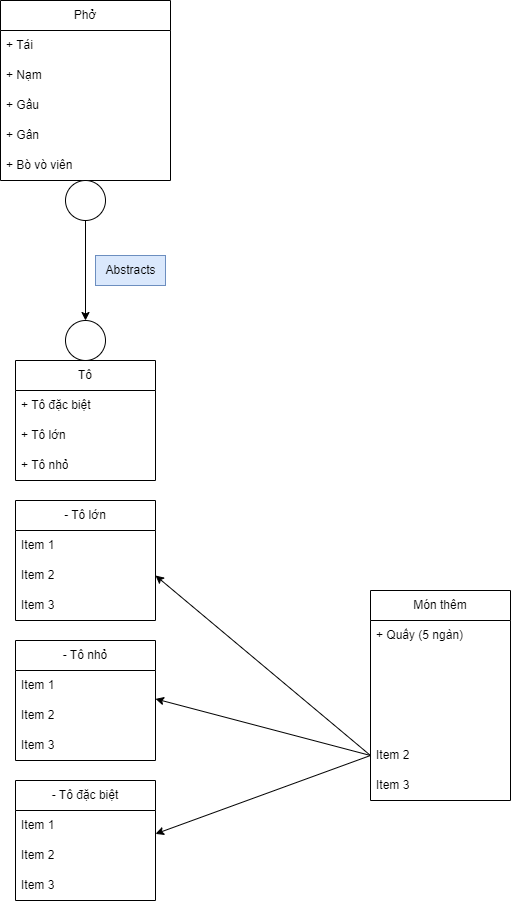
Earlier version of the draw.io export Untitled Diagram.drawio.png (ITsgu/Drawio). Source tidied: cells renumbered, new cells last; positions are measured from the earlier drawing's top-left corner, leaving out a move shared by most shapes.
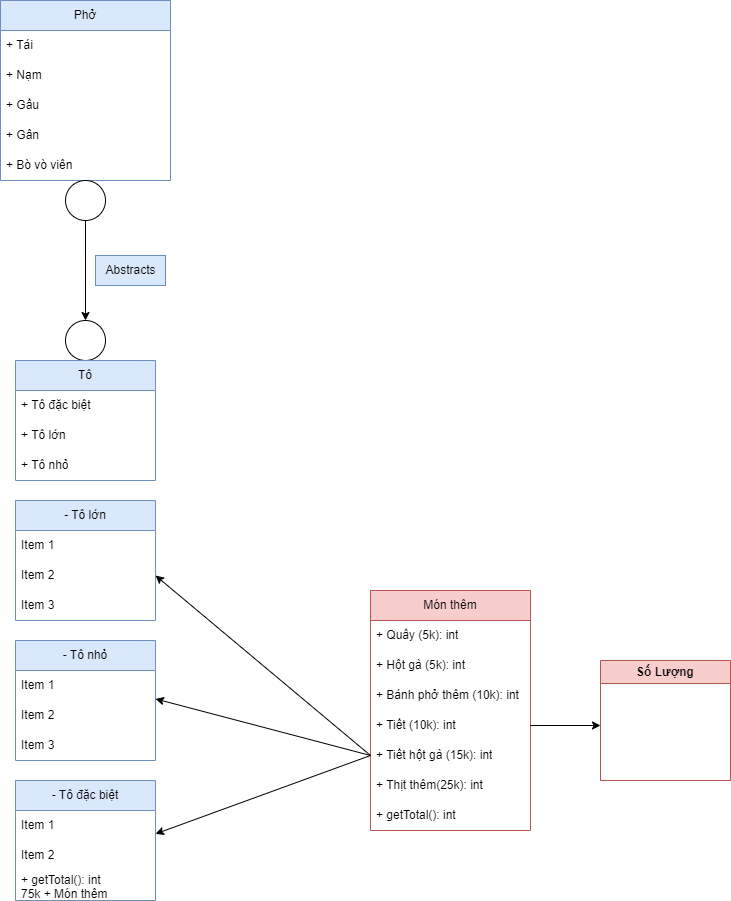
After the change.

The edit, as a diff of the source:
```diff
@@ -2,7 +2,7 @@
   <root>
     <mxCell id="0" />
     <mxCell id="1" parent="0" />
-    <mxCell id="2" value="Phở" style="swimlane;fontStyle=0;horizontal=1;startSize=30;whiteSpace=wrap;html=1;" parent="1" vertex="1">
+    <mxCell id="2" value="Phở" style="swimlane;fontStyle=0;horizontal=1;startSize=30;whiteSpace=wrap;html=1;fillColor=#dae8fc;strokeColor=#6c8ebf;" parent="1" vertex="1">
       <mxGeometry width="170" height="180" as="geometry" />
     </mxCell>
     <mxCell id="3" value="+ Tái&lt;span style=&quot;white-space: pre;&quot;&gt; &lt;/span&gt;" style="text;strokeColor=none;fillColor=none;align=left;verticalAlign=middle;spacingLeft=4;spacingRight=4;overflow=hidden;whiteSpace=wrap;html=1;" parent="2" vertex="1">
@@ -29,7 +29,7 @@
     <mxCell id="10" style="ellipse;whiteSpace=wrap;html=1;" parent="1" vertex="1">
       <mxGeometry x="65" y="320" width="40" height="40" as="geometry" />
     </mxCell>
-    <mxCell id="11" value="Tô" style="swimlane;fontStyle=0;horizontal=1;startSize=30;whiteSpace=wrap;html=1;" parent="1" vertex="1">
+    <mxCell id="11" value="Tô" style="swimlane;fontStyle=0;horizontal=1;startSize=30;whiteSpace=wrap;html=1;fillColor=#dae8fc;strokeColor=#6c8ebf;" parent="1" vertex="1">
       <mxGeometry x="15" y="360" width="140" height="120" as="geometry" />
     </mxCell>
     <mxCell id="12" value="+ Tô đặc biệt" style="text;strokeColor=none;fillColor=none;align=left;verticalAlign=middle;spacingLeft=4;spacingRight=4;overflow=hidden;whiteSpace=wrap;html=1;" parent="11" vertex="1">
@@ -44,28 +44,31 @@
     <mxCell id="15" value="Abstracts" style="text;html=1;align=center;verticalAlign=middle;strokeColor=#6c8ebf;fillColor=#dae8fc;" parent="1" vertex="1">
       <mxGeometry x="95" y="255" width="70" height="30" as="geometry" />
     </mxCell>
-    <mxCell id="16" value="Món thêm" style="swimlane;fontStyle=0;horizontal=1;startSize=30;whiteSpace=wrap;html=1;" parent="1" vertex="1">
-      <mxGeometry x="370" y="590" width="140" height="210" as="geometry" />
+    <mxCell id="16" value="Món thêm" style="swimlane;fontStyle=0;horizontal=1;startSize=30;whiteSpace=wrap;html=1;fillColor=#f8cecc;strokeColor=#b85450;" parent="1" vertex="1">
+      <mxGeometry x="370" y="590" width="160" height="240" as="geometry" />
     </mxCell>
-    <mxCell id="17" value="+ Quẩy (5 ngàn)" style="text;strokeColor=none;fillColor=none;align=left;verticalAlign=middle;spacingLeft=4;spacingRight=4;overflow=hidden;whiteSpace=wrap;html=1;" parent="16" vertex="1">
-      <mxGeometry y="30" width="140" height="30" as="geometry" />
+    <mxCell id="17" value="+ Quẩy (5k): int" style="text;strokeColor=none;fillColor=none;align=left;verticalAlign=middle;spacingLeft=4;spacingRight=4;overflow=hidden;whiteSpace=wrap;html=1;" parent="16" vertex="1">
+      <mxGeometry y="30" width="160" height="30" as="geometry" />
     </mxCell>
-    <mxCell id="18" style="text;strokeColor=none;fillColor=none;align=left;verticalAlign=middle;spacingLeft=4;spacingRight=4;overflow=hidden;whiteSpace=wrap;html=1;" parent="16" vertex="1">
-      <mxGeometry y="60" width="140" height="30" as="geometry" />
+    <mxCell id="18" value="+ Hột gà (5k): int" style="text;strokeColor=none;fillColor=none;align=left;verticalAlign=middle;spacingLeft=4;spacingRight=4;overflow=hidden;whiteSpace=wrap;html=1;" parent="16" vertex="1">
+      <mxGeometry y="60" width="160" height="30" as="geometry" />
     </mxCell>
+    <mxCell id="38" value="+ Bánh phở thêm (10k): int" style="text;strokeColor=none;fillColor=none;align=left;verticalAlign=middle;spacingLeft=4;spacingRight=4;overflow=hidden;whiteSpace=wrap;html=1;" parent="16" vertex="1">
+      <mxGeometry y="90" width="160" height="30" as="geometry" />
+    </mxCell>
-    <mxCell id="19" style="text;strokeColor=none;fillColor=none;align=left;verticalAlign=middle;spacingLeft=4;spacingRight=4;overflow=hidden;whiteSpace=wrap;html=1;" parent="16" vertex="1">
-      <mxGeometry y="90" width="140" height="30" as="geometry" />
+    <mxCell id="19" value="+ Tiết (10k): int" style="text;strokeColor=none;fillColor=none;align=left;verticalAlign=middle;spacingLeft=4;spacingRight=4;overflow=hidden;whiteSpace=wrap;html=1;" parent="16" vertex="1">
+      <mxGeometry y="120" width="160" height="30" as="geometry" />
     </mxCell>
-    <mxCell id="20" style="text;strokeColor=none;fillColor=none;align=left;verticalAlign=middle;spacingLeft=4;spacingRight=4;overflow=hidden;whiteSpace=wrap;html=1;" parent="16" vertex="1">
-      <mxGeometry y="120" width="140" height="30" as="geometry" />
-    </mxCell>
-    <mxCell id="21" value="Item 2" style="text;strokeColor=none;fillColor=none;align=left;verticalAlign=middle;spacingLeft=4;spacingRight=4;overflow=hidden;points=[[0,0.5],[1,0.5]];portConstraint=eastwest;whiteSpace=wrap;html=1;" parent="16" vertex="1">
-      <mxGeometry y="150" width="140" height="30" as="geometry" />
-    </mxCell>
+    <mxCell id="39" value="+ Tiết hột gà (15k): int" style="text;strokeColor=none;fillColor=none;align=left;verticalAlign=middle;spacingLeft=4;spacingRight=4;overflow=hidden;whiteSpace=wrap;html=1;" parent="16" vertex="1">
+      <mxGeometry y="150" width="160" height="30" as="geometry" />
+    </mxCell>
+    <mxCell id="40" value="+ Thịt thêm(25k): int" style="text;strokeColor=none;fillColor=none;align=left;verticalAlign=middle;spacingLeft=4;spacingRight=4;overflow=hidden;whiteSpace=wrap;html=1;" parent="16" vertex="1">
+      <mxGeometry y="180" width="160" height="30" as="geometry" />
+    </mxCell>
-    <mxCell id="22" value="Item 3" style="text;strokeColor=none;fillColor=none;align=left;verticalAlign=middle;spacingLeft=4;spacingRight=4;overflow=hidden;whiteSpace=wrap;html=1;" parent="16" vertex="1">
-      <mxGeometry y="180" width="140" height="30" as="geometry" />
+    <mxCell id="22" value="+ getTotal(): int" style="text;strokeColor=none;fillColor=none;align=left;verticalAlign=middle;spacingLeft=4;spacingRight=4;overflow=hidden;whiteSpace=wrap;html=1;" parent="16" vertex="1">
+      <mxGeometry y="210" width="160" height="30" as="geometry" />
     </mxCell>
-    <mxCell id="23" value="- Tô đặc biệt" style="swimlane;fontStyle=0;horizontal=1;startSize=30;whiteSpace=wrap;html=1;" parent="1" vertex="1">
+    <mxCell id="23" value="- Tô đặc biệt" style="swimlane;fontStyle=0;horizontal=1;startSize=30;whiteSpace=wrap;html=1;fillColor=#dae8fc;strokeColor=#6c8ebf;" parent="1" vertex="1">
       <mxGeometry x="15" y="780" width="140" height="120" as="geometry" />
     </mxCell>
     <mxCell id="24" value="Item 1" style="text;strokeColor=none;fillColor=none;align=left;verticalAlign=middle;spacingLeft=4;spacingRight=4;overflow=hidden;whiteSpace=wrap;html=1;" parent="23" vertex="1">
@@ -74,10 +77,10 @@
     <mxCell id="25" value="Item 2" style="text;strokeColor=none;fillColor=none;align=left;verticalAlign=middle;spacingLeft=4;spacingRight=4;overflow=hidden;whiteSpace=wrap;html=1;" parent="23" vertex="1">
       <mxGeometry y="60" width="140" height="30" as="geometry" />
     </mxCell>
-    <mxCell id="26" value="Item 3" style="text;strokeColor=none;fillColor=none;align=left;verticalAlign=middle;spacingLeft=4;spacingRight=4;overflow=hidden;whiteSpace=wrap;html=1;" parent="23" vertex="1">
+    <mxCell id="26" value="+ getTotal(): int&lt;br&gt;75k + Món thêm" style="text;strokeColor=none;fillColor=none;align=left;verticalAlign=middle;spacingLeft=4;spacingRight=4;overflow=hidden;whiteSpace=wrap;html=1;" parent="23" vertex="1">
       <mxGeometry y="90" width="140" height="30" as="geometry" />
     </mxCell>
-    <mxCell id="27" value="- Tô lớn" style="swimlane;fontStyle=0;horizontal=1;startSize=30;whiteSpace=wrap;html=1;" parent="1" vertex="1">
+    <mxCell id="27" value="- Tô lớn" style="swimlane;fontStyle=0;horizontal=1;startSize=30;whiteSpace=wrap;html=1;fillColor=#dae8fc;strokeColor=#6c8ebf;" parent="1" vertex="1">
       <mxGeometry x="15" y="500" width="140" height="120" as="geometry" />
     </mxCell>
     <mxCell id="28" value="Item 1" style="text;strokeColor=none;fillColor=none;align=left;verticalAlign=middle;spacingLeft=4;spacingRight=4;overflow=hidden;whiteSpace=wrap;html=1;" parent="27" vertex="1">
@@ -89,7 +92,7 @@
     <mxCell id="30" value="Item 3" style="text;strokeColor=none;fillColor=none;align=left;verticalAlign=middle;spacingLeft=4;spacingRight=4;overflow=hidden;whiteSpace=wrap;html=1;" parent="27" vertex="1">
       <mxGeometry y="90" width="140" height="30" as="geometry" />
     </mxCell>
-    <mxCell id="31" value="- Tô nhỏ" style="swimlane;fontStyle=0;horizontal=1;startSize=30;whiteSpace=wrap;html=1;" parent="1" vertex="1">
+    <mxCell id="31" value="- Tô nhỏ" style="swimlane;fontStyle=0;horizontal=1;startSize=30;whiteSpace=wrap;html=1;fillColor=#dae8fc;strokeColor=#6c8ebf;" parent="1" vertex="1">
       <mxGeometry x="15" y="640" width="140" height="120" as="geometry" />
     </mxCell>
     <mxCell id="32" value="Item 1" style="text;strokeColor=none;fillColor=none;align=left;verticalAlign=middle;spacingLeft=4;spacingRight=4;overflow=hidden;whiteSpace=wrap;html=1;" parent="31" vertex="1">
@@ -101,18 +104,31 @@
     <mxCell id="34" value="Item 3" style="text;strokeColor=none;fillColor=none;align=left;verticalAlign=middle;spacingLeft=4;spacingRight=4;overflow=hidden;whiteSpace=wrap;html=1;" parent="31" vertex="1">
       <mxGeometry y="90" width="140" height="30" as="geometry" />
     </mxCell>
-    <mxCell id="35" style="endArrow=classic;html=1;rounded=0;entryX=1;entryY=0.5;entryDx=0;entryDy=0;exitX=0;exitY=0.5;exitDx=0;exitDy=0;" parent="1" edge="1" source="21" target="29">
-      <mxGeometry relative="1" as="geometry" />
+    <mxCell id="35" style="endArrow=classic;html=1;rounded=0;entryX=1;entryY=0.5;entryDx=0;entryDy=0;exitX=0;exitY=0.5;exitDx=0;exitDy=0;" parent="1" edge="1" target="29">
+      <mxGeometry relative="1" as="geometry">
+        <mxPoint x="370" y="755" as="sourcePoint" />
+      </mxGeometry>
     </mxCell>
-    <mxCell id="36" style="endArrow=classic;html=1;rounded=0;entryX=1;entryY=0.5;entryDx=0;entryDy=0;exitX=0;exitY=0.5;exitDx=0;exitDy=0;" parent="1" edge="1" source="21">
+    <mxCell id="36" style="endArrow=classic;html=1;rounded=0;entryX=1;entryY=0.5;entryDx=0;entryDy=0;exitX=0;exitY=0.5;exitDx=0;exitDy=0;" parent="1" edge="1">
       <mxGeometry relative="1" as="geometry">
+        <mxPoint x="370" y="755" as="sourcePoint" />
         <mxPoint x="155" y="698.4" as="targetPoint" />
       </mxGeometry>
     </mxCell>
-    <mxCell id="37" style="endArrow=classic;html=1;rounded=0;entryX=1;entryY=0.5;entryDx=0;entryDy=0;exitX=0;exitY=0.5;exitDx=0;exitDy=0;" parent="1" edge="1" source="21">
+    <mxCell id="37" style="endArrow=classic;html=1;rounded=0;entryX=1;entryY=0.5;entryDx=0;entryDy=0;exitX=0;exitY=0.5;exitDx=0;exitDy=0;" parent="1" edge="1">
       <mxGeometry relative="1" as="geometry">
+        <mxPoint x="370" y="755" as="sourcePoint" />
         <mxPoint x="155" y="833.4" as="targetPoint" />
       </mxGeometry>
     </mxCell>
+    <mxCell id="41" value="Số Lượng" style="swimlane;whiteSpace=wrap;html=1;fillColor=#f8cecc;strokeColor=#b85450;" parent="1" vertex="1">
+      <mxGeometry x="600" y="660" width="130" height="120" as="geometry" />
+    </mxCell>
+    <mxCell id="42" style="endArrow=classic;html=1;rounded=0;" parent="1" edge="1">
+      <mxGeometry relative="1" as="geometry">
+        <mxPoint x="530" y="725" as="sourcePoint" />
+        <mxPoint x="600" y="725" as="targetPoint" />
+      </mxGeometry>
+    </mxCell>
   </root>
 </mxGraphModel>
```
